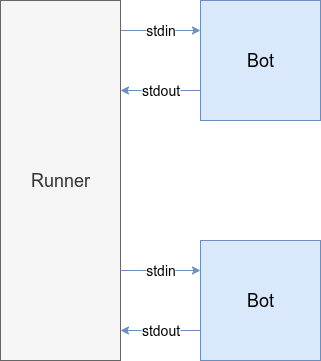
dlp/hidden-gems-blog keeps this draw.io diagram as content/2026-05-08-live-sparring-mit-botproxy/runner_bots_local.drawio.png. Above is the earlier version. Source tidied: cells renumbered, new cells last; positions are measured from the earlier drawing's top-left corner, leaving out a move shared by most shapes. Source of this version:
```xml
<mxGraphModel>
  <root>
    <mxCell id="0" />
    <mxCell id="1" parent="0" />
    <mxCell id="2" value="stdin" style="edgeStyle=orthogonalEdgeStyle;rounded=0;jettySize=auto;html=1;exitX=1;exitY=0.25;exitDx=0;exitDy=0;entryX=0;entryY=0.25;entryDx=0;entryDy=0;fontSize=14;fillColor=#dae8fc;strokeColor=#6c8ebf;" parent="1" edge="1" source="3" target="7">
      <mxGeometry relative="1" as="geometry" />
    </mxCell>
    <mxCell id="3" style="rounded=0;whiteSpace=wrap;html=1;fillColor=#f5f5f5;fontColor=#333333;strokeColor=#666666;" parent="1" vertex="1">
      <mxGeometry width="120" height="120" as="geometry" />
    </mxCell>
    <mxCell id="4" style="rounded=0;whiteSpace=wrap;html=1;fillColor=#f5f5f5;fontColor=#333333;strokeColor=#666666;" parent="1" vertex="1">
      <mxGeometry y="240" width="120" height="120" as="geometry" />
    </mxCell>
    <mxCell id="5" value="&lt;font style=&quot;font-size: 18px;&quot;&gt;Runner&lt;/font&gt;" style="rounded=0;whiteSpace=wrap;html=1;fillColor=#f5f5f5;fontColor=#333333;strokeColor=#666666;" parent="1" vertex="1">
      <mxGeometry width="120" height="360" as="geometry" />
    </mxCell>
    <mxCell id="6" value="stdout" style="edgeStyle=orthogonalEdgeStyle;rounded=0;jettySize=auto;html=1;exitX=0;exitY=0.75;exitDx=0;exitDy=0;entryX=1;entryY=0.75;entryDx=0;entryDy=0;fontSize=14;fillColor=#dae8fc;strokeColor=#6c8ebf;" parent="1" edge="1" source="7" target="3">
      <mxGeometry relative="1" as="geometry" />
    </mxCell>
    <mxCell id="7" value="&lt;font style=&quot;font-size: 18px;&quot;&gt;Bot&lt;/font&gt;" style="rounded=0;whiteSpace=wrap;html=1;fillColor=#dae8fc;strokeColor=#6c8ebf;" parent="1" vertex="1">
      <mxGeometry x="200" width="120" height="120" as="geometry" />
    </mxCell>
    <mxCell id="8" value="stdin" style="edgeStyle=orthogonalEdgeStyle;rounded=0;jettySize=auto;html=1;exitX=1;exitY=0.25;exitDx=0;exitDy=0;entryX=0;entryY=0.25;entryDx=0;entryDy=0;fontSize=14;fillColor=#dae8fc;strokeColor=#6c8ebf;" parent="1" edge="1" target="10">
      <mxGeometry relative="1" as="geometry">
        <mxPoint x="120" y="270" as="sourcePoint" />
      </mxGeometry>
    </mxCell>
    <mxCell id="9" value="stdout" style="edgeStyle=orthogonalEdgeStyle;rounded=0;jettySize=auto;html=1;exitX=0;exitY=0.75;exitDx=0;exitDy=0;entryX=1;entryY=0.75;entryDx=0;entryDy=0;fontSize=14;fillColor=#dae8fc;strokeColor=#6c8ebf;" parent="1" edge="1" source="10">
      <mxGeometry relative="1" as="geometry">
        <mxPoint x="120" y="330" as="targetPoint" />
      </mxGeometry>
    </mxCell>
    <mxCell id="10" value="&lt;font style=&quot;font-size: 18px;&quot;&gt;Bot&lt;/font&gt;" style="rounded=0;whiteSpace=wrap;html=1;fillColor=#dae8fc;strokeColor=#6c8ebf;" parent="1" vertex="1">
      <mxGeometry x="200" y="240" width="120" height="120" as="geometry" />
    </mxCell>
  </root>
</mxGraphModel>
```
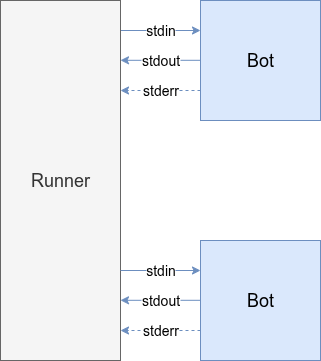
After the change.

What changed in the source:
```diff
@@ -14,9 +14,15 @@
     <mxCell id="5" value="&lt;font style=&quot;font-size: 18px;&quot;&gt;Runner&lt;/font&gt;" style="rounded=0;whiteSpace=wrap;html=1;fillColor=#f5f5f5;fontColor=#333333;strokeColor=#666666;" parent="1" vertex="1">
       <mxGeometry width="120" height="360" as="geometry" />
     </mxCell>
-    <mxCell id="6" value="stdout" style="edgeStyle=orthogonalEdgeStyle;rounded=0;jettySize=auto;html=1;exitX=0;exitY=0.75;exitDx=0;exitDy=0;entryX=1;entryY=0.75;entryDx=0;entryDy=0;fontSize=14;fillColor=#dae8fc;strokeColor=#6c8ebf;" parent="1" edge="1" source="7" target="3">
-      <mxGeometry relative="1" as="geometry" />
+    <mxCell id="6" value="stdout" style="edgeStyle=orthogonalEdgeStyle;rounded=0;orthogonalLoop=1;jettySize=auto;html=1;exitX=0;exitY=0.75;exitDx=0;exitDy=0;entryX=1;entryY=0.75;entryDx=0;entryDy=0;fontSize=14;fillColor=#dae8fc;strokeColor=#6c8ebf;" parent="1" edge="1">
+      <mxGeometry relative="1" as="geometry">
+        <mxPoint x="200" y="59.8" as="sourcePoint" />
+        <mxPoint x="120" y="59.8" as="targetPoint" />
+      </mxGeometry>
     </mxCell>
+    <mxCell id="11" value="&lt;font style=&quot;font-size: 14px;&quot;&gt;stderr&lt;/font&gt;" style="edgeStyle=orthogonalEdgeStyle;rounded=0;jettySize=auto;html=1;exitX=0;exitY=0.75;exitDx=0;exitDy=0;entryX=1;entryY=0.75;entryDx=0;entryDy=0;fillColor=#dae8fc;strokeColor=#6c8ebf;dashed=1;" parent="1" edge="1" source="7" target="3">
+      <mxGeometry relative="1" as="geometry" />
+    </mxCell>
     <mxCell id="7" value="&lt;font style=&quot;font-size: 18px;&quot;&gt;Bot&lt;/font&gt;" style="rounded=0;whiteSpace=wrap;html=1;fillColor=#dae8fc;strokeColor=#6c8ebf;" parent="1" vertex="1">
       <mxGeometry x="200" width="120" height="120" as="geometry" />
     </mxCell>
@@ -25,11 +31,15 @@
         <mxPoint x="120" y="270" as="sourcePoint" />
       </mxGeometry>
     </mxCell>
-    <mxCell id="9" value="stdout" style="edgeStyle=orthogonalEdgeStyle;rounded=0;jettySize=auto;html=1;exitX=0;exitY=0.75;exitDx=0;exitDy=0;entryX=1;entryY=0.75;entryDx=0;entryDy=0;fontSize=14;fillColor=#dae8fc;strokeColor=#6c8ebf;" parent="1" edge="1" source="10">
+    <mxCell id="9" value="stdout" style="edgeStyle=orthogonalEdgeStyle;rounded=0;orthogonalLoop=1;jettySize=auto;html=1;exitX=0;exitY=0.75;exitDx=0;exitDy=0;entryX=1;entryY=0.75;entryDx=0;entryDy=0;fontSize=14;fillColor=#dae8fc;strokeColor=#6c8ebf;" parent="1" edge="1">
       <mxGeometry relative="1" as="geometry">
-        <mxPoint x="120" y="330" as="targetPoint" />
+        <mxPoint x="200" y="299.8" as="sourcePoint" />
+        <mxPoint x="120" y="299.8" as="targetPoint" />
       </mxGeometry>
     </mxCell>
+    <mxCell id="12" value="&lt;font style=&quot;font-size: 14px;&quot;&gt;stderr&lt;/font&gt;" style="edgeStyle=orthogonalEdgeStyle;rounded=0;jettySize=auto;html=1;exitX=0;exitY=0.75;exitDx=0;exitDy=0;entryX=1;entryY=0.75;entryDx=0;entryDy=0;fillColor=#dae8fc;strokeColor=#6c8ebf;dashed=1;" parent="1" edge="1" source="10" target="4">
+      <mxGeometry relative="1" as="geometry" />
+    </mxCell>
     <mxCell id="10" value="&lt;font style=&quot;font-size: 18px;&quot;&gt;Bot&lt;/font&gt;" style="rounded=0;whiteSpace=wrap;html=1;fillColor=#dae8fc;strokeColor=#6c8ebf;" parent="1" vertex="1">
       <mxGeometry x="200" y="240" width="120" height="120" as="geometry" />
     </mxCell>
```
